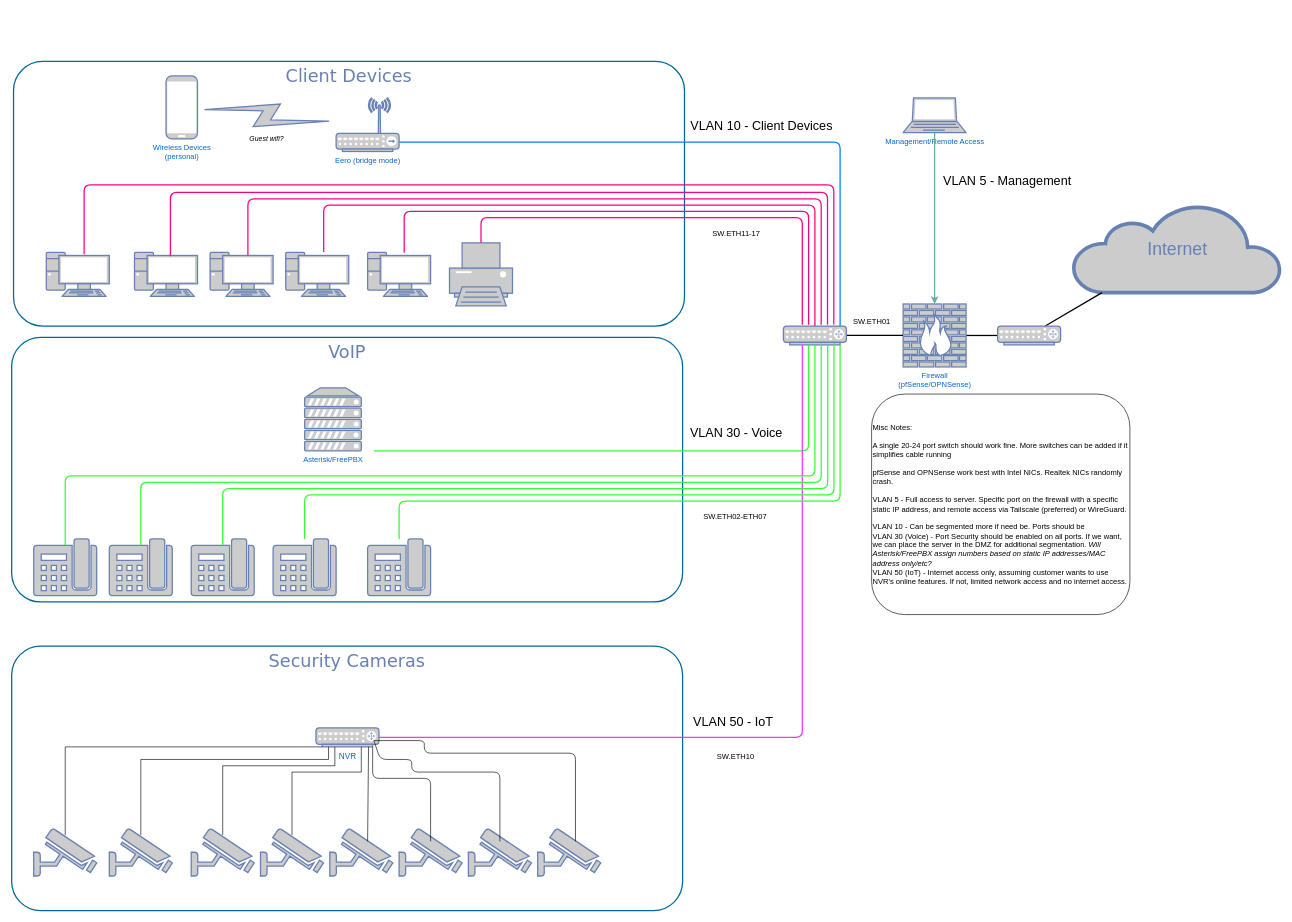
Above: 2FEB23_network-diagram.drawio in lomotey1/diagrams (draw.io), before the change. Source tidied: cells renumbered, new cells numbered last; positions are measured from the earlier drawing's top-left corner, leaving out a move shared by most shapes. Both pictures are drawn from the tidied source at 63%, with x=0, y=0 at pixel (11, 61).
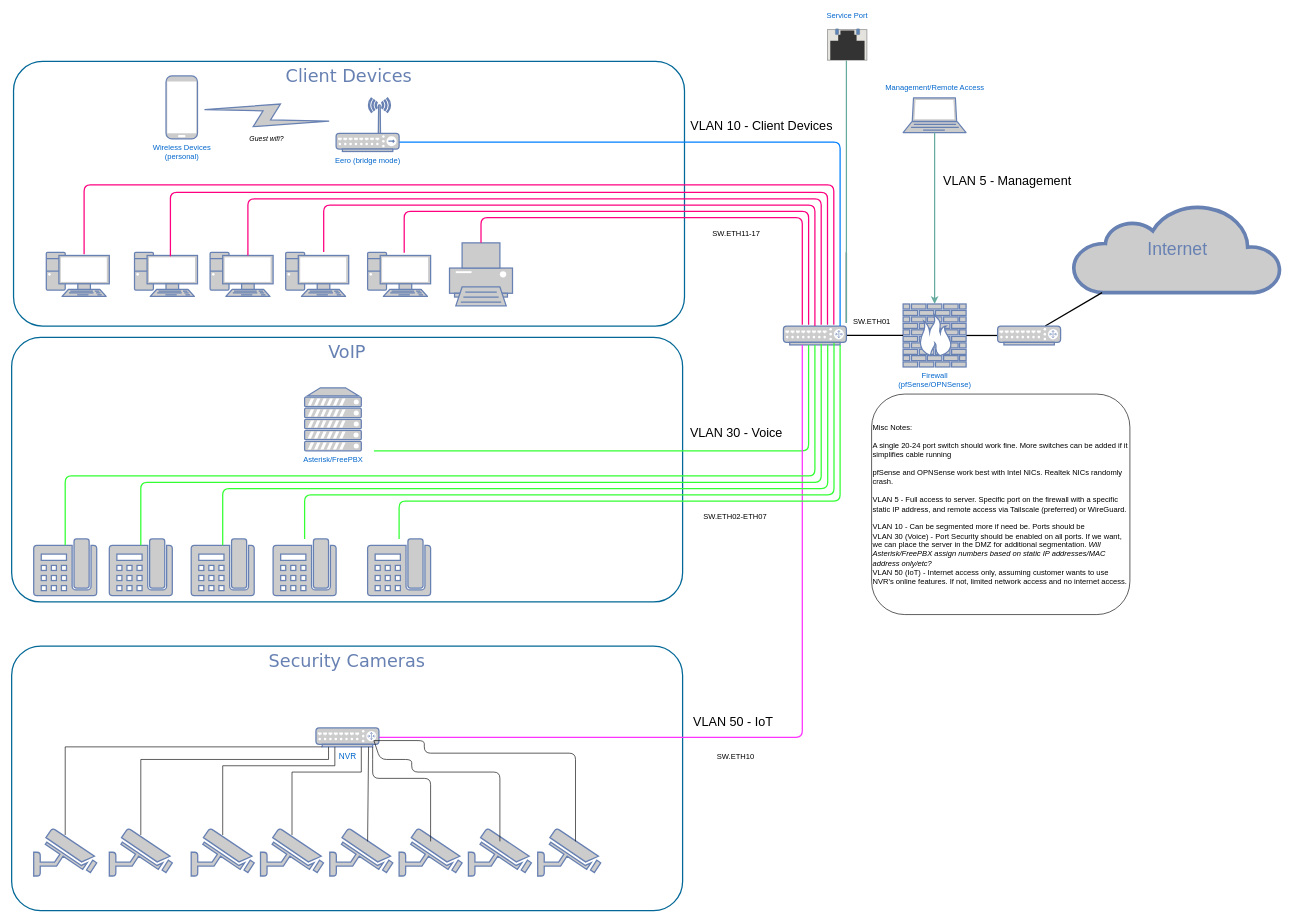
After the change.

Diff of the diagram source:
```diff
@@
-    <mxCell id="59" value="Management/Remote Access" style="fontColor=#0066CC;verticalAlign=top;verticalLabelPosition=bottom;labelPosition=center;align=center;html=1;outlineConnect=0;fillColor=#CCCCCC;strokeColor=#6881B3;gradientColor=none;gradientDirection=north;strokeWidth=2;shape=mxgraph.networks.laptop;" parent="1" vertex="1">
+    <mxCell id="59" value="Management/Remote Access" style="fontColor=#0066CC;verticalAlign=top;verticalLabelPosition=bottom;labelPosition=center;align=center;html=1;outlineConnect=0;fillColor=#CCCCCC;strokeColor=#6881B3;gradientColor=none;gradientDirection=north;strokeWidth=2;shape=mxgraph.networks.laptop;horizontal=1;spacing=2;spacingTop=-85;" parent="1" vertex="1">
       <mxGeometry x="1415" y="58" width="100" height="55" as="geometry" />
     </mxCell>
@@
+    <mxCell id="70" style="endArrow=none;html=1;rounded=0;strokeWidth=2;" parent="1" edge="1">
+      <mxGeometry relative="1" as="geometry">
+        <mxPoint x="1325" y="415" as="sourcePoint" />
+        <mxPoint x="1325" y="303" as="targetPoint" />
+      </mxGeometry>
+    </mxCell>
+    <mxCell id="71" style="endArrow=none;html=1;rounded=1;strokeWidth=2;curved=0;strokeColor=#67AB9F;" parent="1" edge="1">
+      <mxGeometry relative="1" as="geometry">
+        <mxPoint x="1325" y="415" as="sourcePoint" />
+        <mxPoint x="1325" y="-2" as="targetPoint" />
+        <Array as="points">
+          <mxPoint x="1325" y="18" />
+        </Array>
+      </mxGeometry>
+    </mxCell>
+    <mxCell id="72" value="&lt;div&gt;Service Port&lt;/div&gt;" style="html=1;verticalLabelPosition=bottom;verticalAlign=top;shadow=0;dashed=0;shape=mxgraph.rack.hpe_aruba.switches.rj45_sfp_alt;spacingTop=-85;fontColor=#0066CC;" parent="1" vertex="1">
+      <mxGeometry x="1295" y="-52" width="62.5" height="50" as="geometry" />
+    </mxCell>
```
